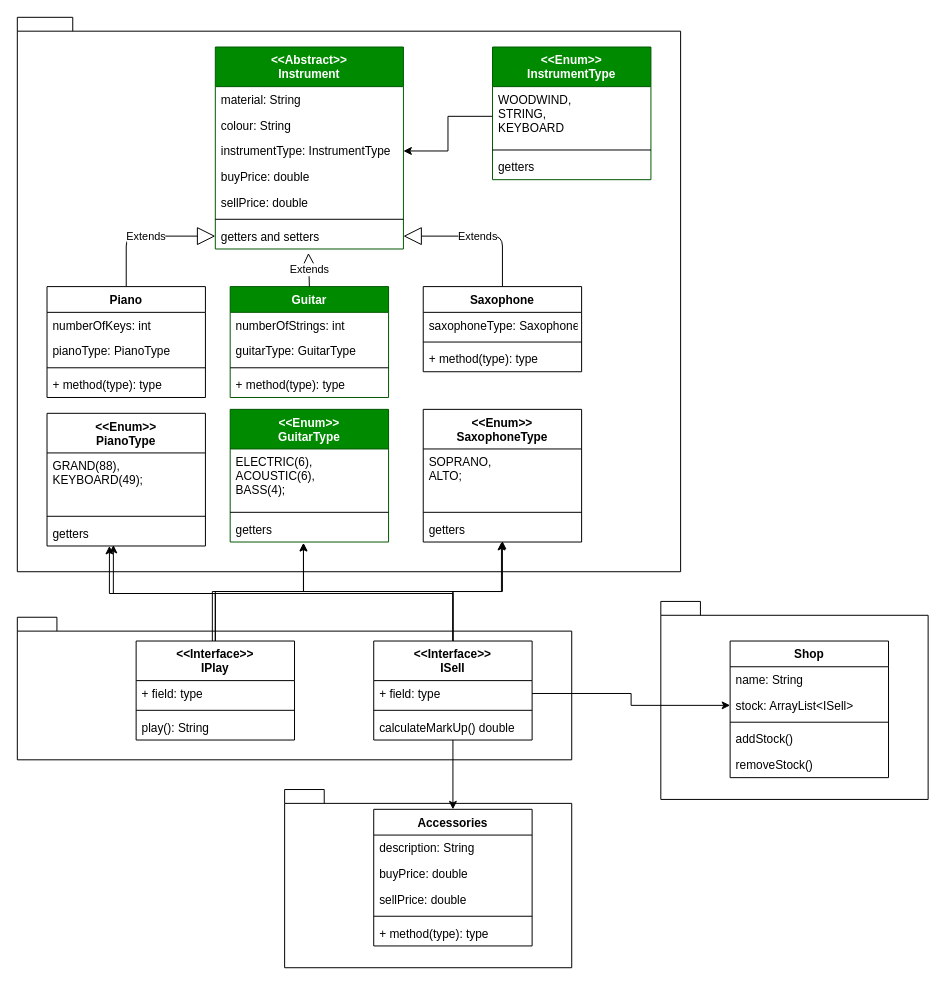
Stanhoucke/music_shop_hw keeps this draw.io diagram as planning.drawio. Above is the earlier version. Source tidied: cells renumbered, new cells numbered last; positions are measured from the earlier drawing's top-left corner, leaving out a move shared by most shapes. Both pictures are drawn from the tidied source at 99%, with x=0, y=0 at pixel (17, 17).
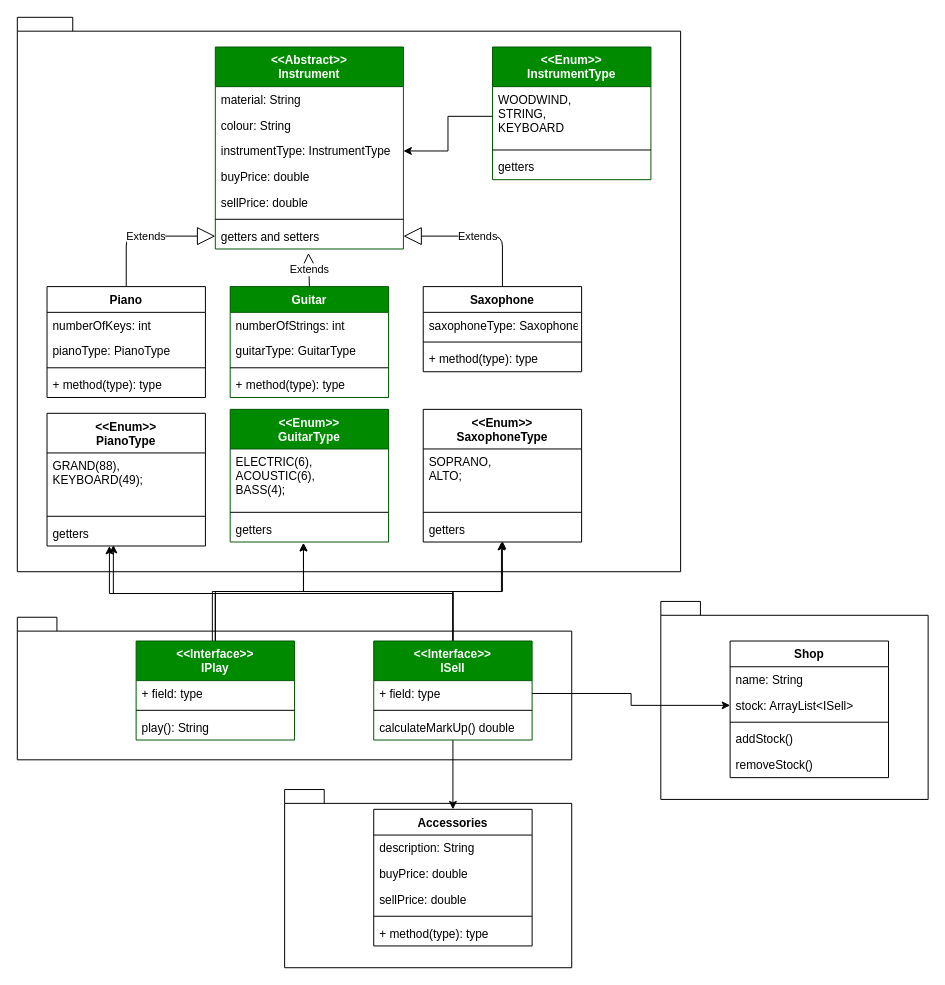
Above is the later version.

The edit, as a diff of the source:
```diff
@@
-    <mxCell id="9" value="&lt;&lt;Interface&gt;&gt;&#10;IPlay" style="swimlane;fontStyle=1;align=center;verticalAlign=top;horizontal=1;startSize=40;" parent="1" vertex="1">
+    <mxCell id="9" value="&lt;&lt;Interface&gt;&gt;&#10;IPlay" style="swimlane;fontStyle=1;align=center;verticalAlign=top;horizontal=1;startSize=40;fillColor=#008a00;strokeColor=#005700;fontColor=#ffffff;" parent="1" vertex="1">
       <mxGeometry x="120" y="630" width="160" height="100" as="geometry" />
     </mxCell>
@@
-    <mxCell id="55" value="&lt;&lt;Interface&gt;&gt;&#10;ISell" style="swimlane;fontStyle=1;align=center;verticalAlign=top;horizontal=1;startSize=40;" parent="1" vertex="1">
+    <mxCell id="55" value="&lt;&lt;Interface&gt;&gt;&#10;ISell" style="swimlane;fontStyle=1;align=center;verticalAlign=top;horizontal=1;startSize=40;fillColor=#008a00;strokeColor=#005700;fontColor=#ffffff;" parent="1" vertex="1">
       <mxGeometry x="360" y="630" width="160" height="100" as="geometry" />
     </mxCell>
```
